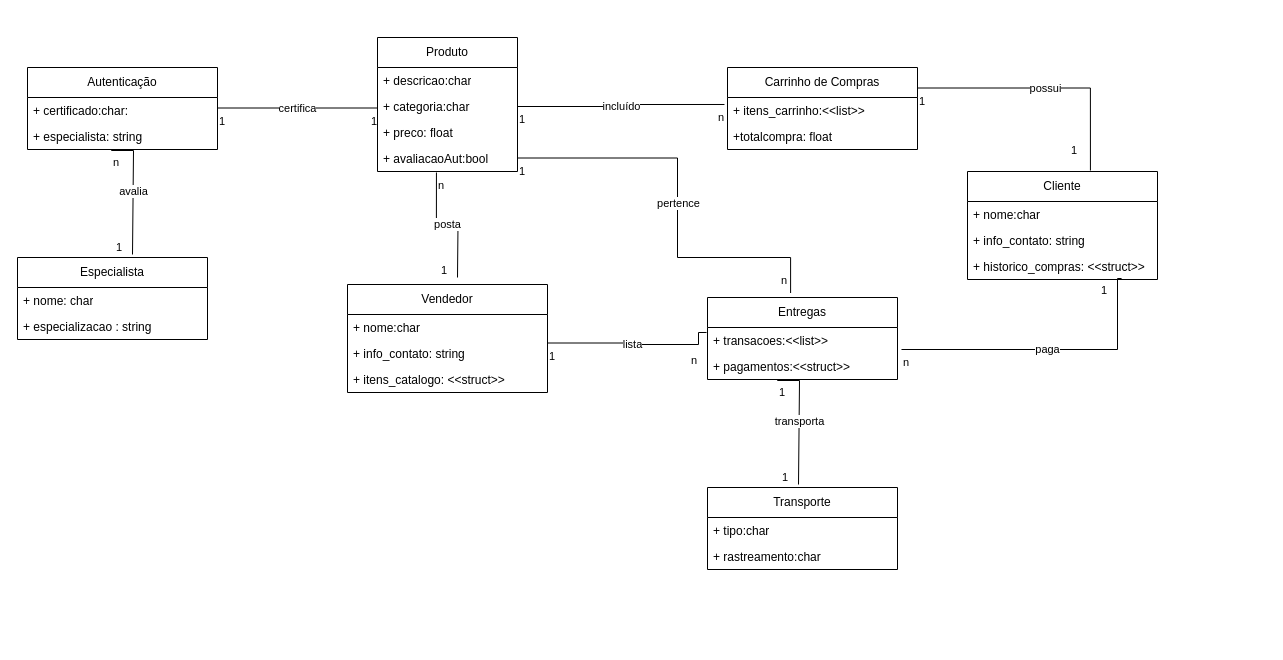
This is page "Diagramas de classes" (4 of 9) of DiagramasDeModelagem.drawio from luca-moraes/projetoCorintoModelagem, a draw.io file, before an edit. Source tidied: cells renumbered, new cells numbered last; positions are measured from the earlier drawing's top-left corner, leaving out a move shared by most shapes. Both pictures are drawn from the tidied source at 100%, with x=0, y=0 at pixel (17, 37).
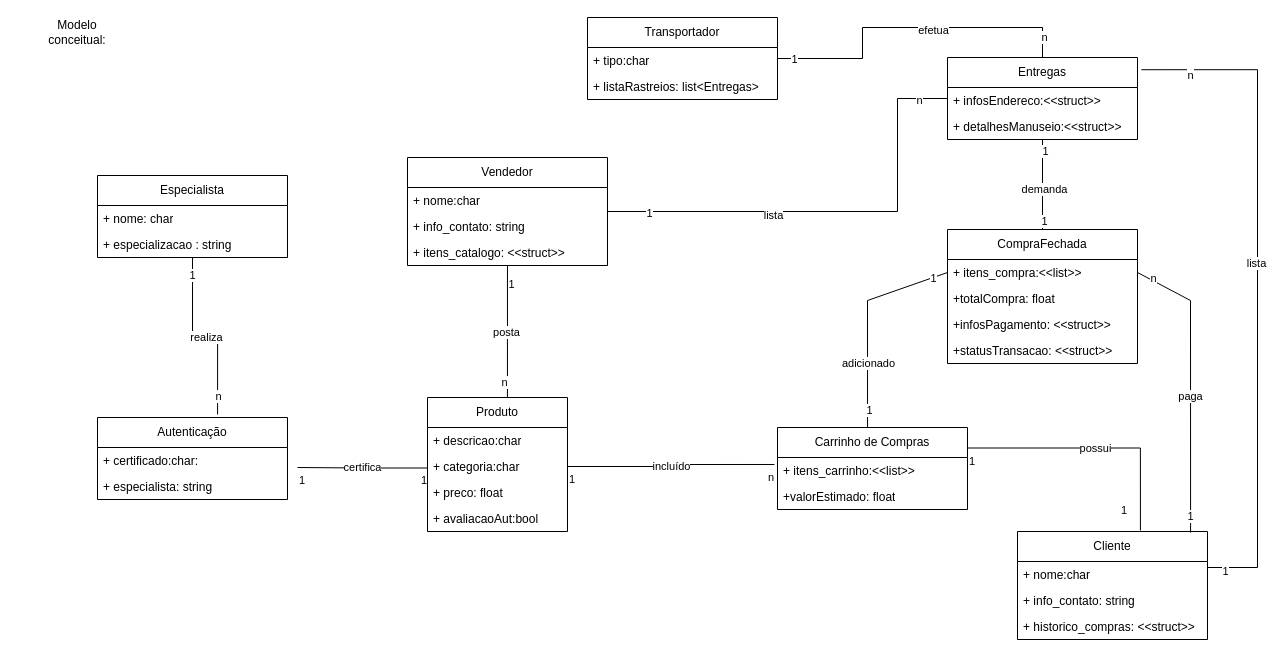
The same page after the edit.

The change refers to these unchanged cells:
```xml
<mxCell id="6" value="+ avaliacaoAut:bool" style="text;strokeColor=none;fillColor=none;align=left;verticalAlign=top;spacingLeft=4;spacingRight=4;overflow=hidden;points=[[0,0.5],[1,0.5]];portConstraint=eastwest;whiteSpace=wrap;html=1;" parent="2" vertex="1">
  <mxGeometry y="108" width="140" height="26" as="geometry" />
</mxCell>
<mxCell id="10" value="+ historico_compras: &amp;lt;&amp;lt;struct&amp;gt;&amp;gt;" style="text;strokeColor=none;fillColor=none;align=left;verticalAlign=top;spacingLeft=4;spacingRight=4;overflow=hidden;points=[[0,0.5],[1,0.5]];portConstraint=eastwest;whiteSpace=wrap;html=1;" parent="7" vertex="1">
  <mxGeometry y="82" width="190" height="26" as="geometry" />
</mxCell>
```

Diff of the diagram source:
```diff
@@
     <mxCell id="2" value="Produto" style="swimlane;fontStyle=0;horizontal=1;startSize=30;fillColor=none;whiteSpace=wrap;html=1;" parent="1" vertex="1">
-      <mxGeometry x="360" width="140" height="134" as="geometry" />
+      <mxGeometry x="410" y="360" width="140" height="134" as="geometry" />
     </mxCell>
@@
     <mxCell id="7" value="Cliente" style="swimlane;fontStyle=0;horizontal=1;startSize=30;fillColor=none;whiteSpace=wrap;html=1;" parent="1" vertex="1">
-      <mxGeometry x="950" y="134" width="190" height="108" as="geometry" />
+      <mxGeometry x="1000" y="494" width="190" height="108" as="geometry" />
     </mxCell>
@@
     <mxCell id="11" value="Vendedor" style="swimlane;fontStyle=0;horizontal=1;startSize=30;fillColor=none;whiteSpace=wrap;html=1;" parent="1" vertex="1">
-      <mxGeometry x="330" y="247" width="200" height="108" as="geometry" />
+      <mxGeometry x="390" y="120" width="200" height="108" as="geometry" />
     </mxCell>
@@
     <mxCell id="15" value="Autenticação" style="swimlane;fontStyle=0;horizontal=1;startSize=30;fillColor=none;whiteSpace=wrap;html=1;" parent="1" vertex="1">
-      <mxGeometry x="10" y="30" width="190" height="82" as="geometry" />
+      <mxGeometry x="80" y="380" width="190" height="82" as="geometry" />
     </mxCell>
@@
-    <mxCell id="18" value="Transporte" style="swimlane;fontStyle=0;horizontal=1;startSize=30;fillColor=none;whiteSpace=wrap;html=1;" parent="1" vertex="1">
-      <mxGeometry x="690" y="450" width="190" height="82" as="geometry" />
+    <mxCell id="18" value="Transportador" style="swimlane;fontStyle=0;horizontal=1;startSize=30;fillColor=none;whiteSpace=wrap;html=1;" parent="1" vertex="1">
+      <mxGeometry x="570" y="-20" width="190" height="82" as="geometry" />
     </mxCell>
@@
-    <mxCell id="20" value="+ rastreamento:char" style="text;strokeColor=none;fillColor=none;align=left;verticalAlign=top;spacingLeft=4;spacingRight=4;overflow=hidden;whiteSpace=wrap;html=1;" parent="18" vertex="1">
+    <mxCell id="20" value="+ listaRastreios: list&amp;lt;Entregas&amp;gt;" style="text;strokeColor=none;fillColor=none;align=left;verticalAlign=top;spacingLeft=4;spacingRight=4;overflow=hidden;whiteSpace=wrap;html=1;" parent="18" vertex="1">
       <mxGeometry y="56" width="190" height="26" as="geometry" />
     </mxCell>
@@
     <mxCell id="24" value="Carrinho de Compras" style="swimlane;fontStyle=0;horizontal=1;startSize=30;fillColor=none;whiteSpace=wrap;html=1;" parent="1" vertex="1">
-      <mxGeometry x="710" y="30" width="190" height="82" as="geometry" />
+      <mxGeometry x="760" y="390" width="190" height="82" as="geometry" />
     </mxCell>
@@
-    <mxCell id="26" value="+totalcompra: float" style="text;strokeColor=none;fillColor=none;align=left;verticalAlign=top;spacingLeft=4;spacingRight=4;overflow=hidden;whiteSpace=wrap;html=1;" parent="24" vertex="1">
+    <mxCell id="26" value="+valorEstimado: float" style="text;strokeColor=none;fillColor=none;align=left;verticalAlign=top;spacingLeft=4;spacingRight=4;overflow=hidden;whiteSpace=wrap;html=1;" parent="24" vertex="1">
       <mxGeometry y="56" width="190" height="26" as="geometry" />
     </mxCell>
     <mxCell id="27" value="certifica" style="endArrow=none;html=1;endSize=12;startArrow=none;startSize=14;startFill=0;edgeStyle=orthogonalEdgeStyle;rounded=0;endFill=0;" parent="1" edge="1">
       <mxGeometry y="1" relative="1" as="geometry">
-        <mxPoint x="200" y="70.5" as="sourcePoint" />
-        <mxPoint x="360" y="70.5" as="targetPoint" />
+        <mxPoint x="280" y="430" as="sourcePoint" />
+        <mxPoint x="410" y="430.5" as="targetPoint" />
         <mxPoint y="1" as="offset" />
       </mxGeometry>
     </mxCell>
@@
     <mxCell id="30" value="Especialista" style="swimlane;fontStyle=0;horizontal=1;startSize=30;fillColor=none;whiteSpace=wrap;html=1;" parent="1" vertex="1">
-      <mxGeometry y="220" width="190" height="82" as="geometry" />
+      <mxGeometry x="80" y="138" width="190" height="82" as="geometry" />
     </mxCell>
@@
     <mxCell id="33" value="Entregas" style="swimlane;fontStyle=0;horizontal=1;startSize=30;fillColor=none;whiteSpace=wrap;html=1;" parent="1" vertex="1">
-      <mxGeometry x="690" y="260" width="190" height="82" as="geometry" />
+      <mxGeometry x="930" y="20" width="190" height="82" as="geometry" />
     </mxCell>
-    <mxCell id="34" value="+ transacoes:&amp;lt;&amp;lt;list&amp;gt;&amp;gt;" style="text;strokeColor=none;fillColor=none;align=left;verticalAlign=top;spacingLeft=4;spacingRight=4;overflow=hidden;points=[[0,0.5],[1,0.5]];portConstraint=eastwest;whiteSpace=wrap;html=1;" parent="33" vertex="1">
+    <mxCell id="34" value="+ infosEndereco:&amp;lt;&amp;lt;struct&amp;gt;&amp;gt;" style="text;strokeColor=none;fillColor=none;align=left;verticalAlign=top;spacingLeft=4;spacingRight=4;overflow=hidden;points=[[0,0.5],[1,0.5]];portConstraint=eastwest;whiteSpace=wrap;html=1;" parent="33" vertex="1">
       <mxGeometry y="30" width="190" height="26" as="geometry" />
     </mxCell>
-    <mxCell id="35" value="+ pagamentos:&amp;lt;&amp;lt;struct&amp;gt;&amp;gt;" style="text;strokeColor=none;fillColor=none;align=left;verticalAlign=top;spacingLeft=4;spacingRight=4;overflow=hidden;points=[[0,0.5],[1,0.5]];portConstraint=eastwest;whiteSpace=wrap;html=1;" parent="33" vertex="1">
+    <mxCell id="35" value="+ detalhesManuseio:&amp;lt;&amp;lt;struct&amp;gt;&amp;gt;" style="text;strokeColor=none;fillColor=none;align=left;verticalAlign=top;spacingLeft=4;spacingRight=4;overflow=hidden;points=[[0,0.5],[1,0.5]];portConstraint=eastwest;whiteSpace=wrap;html=1;" parent="33" vertex="1">
       <mxGeometry y="56" width="190" height="26" as="geometry" />
     </mxCell>
-    <mxCell id="36" value="pertence" style="endArrow=none;html=1;endSize=12;startArrow=none;startSize=14;startFill=0;edgeStyle=orthogonalEdgeStyle;rounded=0;endFill=0;exitX=0.993;exitY=0.192;exitDx=0;exitDy=0;exitPerimeter=0;entryX=0.432;entryY=-0.024;entryDx=0;entryDy=0;entryPerimeter=0;" parent="1" edge="1">
-      <mxGeometry y="1" relative="1" as="geometry">
-        <mxPoint x="500" y="120.5" as="sourcePoint" />
-        <mxPoint x="773.1" y="255.5" as="targetPoint" />
-        <Array as="points">
-          <mxPoint x="660" y="121" />
-          <mxPoint x="660" y="220" />
-          <mxPoint x="773" y="220" />
-        </Array>
-        <mxPoint y="1" as="offset" />
-      </mxGeometry>
-    </mxCell>
-    <mxCell id="37" value="1" style="edgeLabel;html=1;align=left;verticalAlign=top;" parent="36" vertex="1">
-      <mxGeometry x="-1" relative="1" as="geometry" />
-    </mxCell>
-    <mxCell id="38" value="n" style="edgeLabel;html=1;align=right;verticalAlign=top;" parent="36" vertex="1">
-      <mxGeometry x="1" relative="1" as="geometry">
-        <mxPoint x="-3" y="-25" as="offset" />
-      </mxGeometry>
-    </mxCell>
@@
+    <mxCell id="57" value="CompraFechada" style="swimlane;fontStyle=0;horizontal=1;startSize=30;fillColor=none;whiteSpace=wrap;html=1;" parent="1" vertex="1">
+      <mxGeometry x="930" y="192" width="190" height="134" as="geometry" />
+    </mxCell>
+    <mxCell id="58" value="+ itens_compra:&amp;lt;&amp;lt;list&amp;gt;&amp;gt;" style="text;strokeColor=none;fillColor=none;align=left;verticalAlign=top;spacingLeft=4;spacingRight=4;overflow=hidden;points=[[0,0.5],[1,0.5]];portConstraint=eastwest;whiteSpace=wrap;html=1;" parent="57" vertex="1">
+      <mxGeometry y="30" width="190" height="26" as="geometry" />
+    </mxCell>
+    <mxCell id="59" value="+totalCompra: float" style="text;strokeColor=none;fillColor=none;align=left;verticalAlign=top;spacingLeft=4;spacingRight=4;overflow=hidden;whiteSpace=wrap;html=1;" parent="57" vertex="1">
+      <mxGeometry y="56" width="190" height="26" as="geometry" />
+    </mxCell>
+    <mxCell id="60" value="+infosPagamento: &amp;lt;&amp;lt;struct&amp;gt;&amp;gt;" style="text;strokeColor=none;fillColor=none;align=left;verticalAlign=top;spacingLeft=4;spacingRight=4;overflow=hidden;whiteSpace=wrap;html=1;" parent="57" vertex="1">
+      <mxGeometry y="82" width="190" height="26" as="geometry" />
+    </mxCell>
+    <mxCell id="61" value="+statusTransacao: &amp;lt;&amp;lt;struct&amp;gt;&amp;gt;" style="text;strokeColor=none;fillColor=none;align=left;verticalAlign=top;spacingLeft=4;spacingRight=4;overflow=hidden;whiteSpace=wrap;html=1;" parent="57" vertex="1">
+      <mxGeometry y="108" width="190" height="26" as="geometry" />
+    </mxCell>
+    <mxCell id="62" style="endArrow=none;html=1;rounded=0;entryX=0;entryY=0.5;entryDx=0;entryDy=0;exitX=0.474;exitY=0;exitDx=0;exitDy=0;exitPerimeter=0;" parent="1" edge="1" source="24" target="58">
+      <mxGeometry relative="1" as="geometry">
+        <Array as="points">
+          <mxPoint x="850" y="263" />
+        </Array>
+      </mxGeometry>
+    </mxCell>
+    <mxCell id="63" value="adicionado" style="edgeLabel;html=1;align=center;verticalAlign=middle;" parent="62" vertex="1">
+      <mxGeometry x="-0.39" relative="1" as="geometry" />
+    </mxCell>
+    <mxCell id="64" value="1" style="edgeLabel;html=1;align=center;verticalAlign=middle;" parent="62" vertex="1">
+      <mxGeometry x="0.85" relative="1" as="geometry" />
+    </mxCell>
+    <mxCell id="65" value="1" style="edgeLabel;html=1;align=center;verticalAlign=middle;" parent="62" vertex="1">
+      <mxGeometry x="-0.84" y="-1" relative="1" as="geometry" />
+    </mxCell>
+    <mxCell id="66" style="endArrow=none;html=1;rounded=0;entryX=1;entryY=0.5;entryDx=0;entryDy=0;exitX=0.911;exitY=0.009;exitDx=0;exitDy=0;exitPerimeter=0;" parent="1" edge="1" source="7" target="58">
+      <mxGeometry relative="1" as="geometry">
+        <Array as="points">
+          <mxPoint x="1173" y="263" />
+        </Array>
+      </mxGeometry>
+    </mxCell>
-    <mxCell id="42" value="paga" style="endArrow=none;html=1;endSize=12;startArrow=none;startSize=14;startFill=0;edgeStyle=orthogonalEdgeStyle;rounded=0;endFill=0;exitX=1.021;exitY=-0.154;exitDx=0;exitDy=0;exitPerimeter=0;entryX=0.811;entryY=0.962;entryDx=0;entryDy=0;entryPerimeter=0;" parent="1" edge="1" source="35" target="10">
-      <mxGeometry relative="1" as="geometry">
-        <Array as="points">
-          <mxPoint x="1100" y="312" />
-          <mxPoint x="1100" y="241" />
-        </Array>
-      </mxGeometry>
+    <mxCell id="42" value="paga" style="edgeLabel;html=1;align=center;verticalAlign=middle;" parent="66" vertex="1">
+      <mxGeometry x="-0.07" y="1" relative="1" as="geometry" />
     </mxCell>
-    <mxCell id="43" value="n" style="edgeLabel;html=1;align=left;verticalAlign=top;" parent="42" vertex="1">
-      <mxGeometry x="-1" relative="1" as="geometry" />
-    </mxCell>
-    <mxCell id="44" value="1" style="edgeLabel;html=1;align=right;verticalAlign=top;" parent="42" vertex="1">
-      <mxGeometry x="1" relative="1" as="geometry">
-        <mxPoint x="-14" y="-1" as="offset" />
-      </mxGeometry>
-    </mxCell>
+    <mxCell id="67" value="n" style="edgeLabel;html=1;align=center;verticalAlign=middle;" parent="66" vertex="1">
+      <mxGeometry x="0.89" y="-2" relative="1" as="geometry" />
+    </mxCell>
+    <mxCell id="68" value="1" style="edgeLabel;html=1;align=center;verticalAlign=middle;" parent="66" vertex="1">
+      <mxGeometry x="-0.89" y="1" relative="1" as="geometry" />
+    </mxCell>
+    <mxCell id="69" style="endArrow=none;html=1;rounded=0;" parent="1" edge="1" source="57" target="33">
+      <mxGeometry relative="1" as="geometry" />
+    </mxCell>
+    <mxCell id="70" value="demanda" style="edgeLabel;html=1;align=center;verticalAlign=middle;" parent="69" vertex="1">
+      <mxGeometry x="-0.1" y="-1" relative="1" as="geometry" />
+    </mxCell>
+    <mxCell id="71" value="1" style="edgeLabel;html=1;align=center;verticalAlign=middle;" parent="69" vertex="1">
+      <mxGeometry x="-0.8" y="-1" relative="1" as="geometry" />
+    </mxCell>
+    <mxCell id="72" value="1" style="edgeLabel;html=1;align=center;verticalAlign=middle;" parent="69" vertex="1">
+      <mxGeometry x="0.75" y="-2" relative="1" as="geometry" />
+    </mxCell>
+    <mxCell id="73" style="endArrow=none;html=1;rounded=0;exitX=0.571;exitY=0;exitDx=0;exitDy=0;exitPerimeter=0;" parent="1" edge="1" source="2" target="11">
+      <mxGeometry relative="1" as="geometry" />
+    </mxCell>
-    <mxCell id="45" value="posta" style="endArrow=none;html=1;endSize=12;startArrow=none;startSize=14;startFill=0;edgeStyle=orthogonalEdgeStyle;rounded=0;endFill=0;exitX=0.421;exitY=1.038;exitDx=0;exitDy=0;exitPerimeter=0;" parent="1" edge="1" source="6">
-      <mxGeometry relative="1" as="geometry">
-        <mxPoint x="440" y="240" as="targetPoint" />
-      </mxGeometry>
+    <mxCell id="45" value="posta" style="edgeLabel;html=1;align=center;verticalAlign=middle;" parent="73" vertex="1">
+      <mxGeometry x="-0.02" y="1" relative="1" as="geometry" />
     </mxCell>
-    <mxCell id="46" value="n" style="edgeLabel;html=1;align=left;verticalAlign=top;" parent="45" vertex="1">
-      <mxGeometry x="-1" relative="1" as="geometry" />
-    </mxCell>
-    <mxCell id="47" value="1" style="edgeLabel;html=1;align=right;verticalAlign=top;" parent="45" vertex="1">
-      <mxGeometry x="1" relative="1" as="geometry">
-        <mxPoint x="-10" y="-20" as="offset" />
-      </mxGeometry>
-    </mxCell>
-    <mxCell id="48" value="lista" style="endArrow=none;html=1;endSize=12;startArrow=none;startSize=14;startFill=0;edgeStyle=orthogonalEdgeStyle;rounded=0;endFill=0;entryX=-0.005;entryY=0.192;entryDx=0;entryDy=0;entryPerimeter=0;" parent="1" edge="1" target="34">
-      <mxGeometry relative="1" as="geometry">
-        <mxPoint x="530" y="305.5" as="sourcePoint" />
-        <Array as="points">
-          <mxPoint x="606" y="306" />
-          <mxPoint x="606" y="307" />
-          <mxPoint x="681" y="307" />
-          <mxPoint x="681" y="295" />
-        </Array>
-      </mxGeometry>
-    </mxCell>
-    <mxCell id="49" value="1" style="edgeLabel;html=1;align=left;verticalAlign=top;" parent="48" vertex="1">
-      <mxGeometry x="-1" relative="1" as="geometry" />
-    </mxCell>
-    <mxCell id="50" value="n" style="edgeLabel;html=1;align=right;verticalAlign=top;" parent="48" vertex="1">
-      <mxGeometry x="1" relative="1" as="geometry">
-        <mxPoint x="-9" y="15" as="offset" />
-      </mxGeometry>
-    </mxCell>
-    <mxCell id="51" value="avalia" style="endArrow=none;html=1;endSize=12;startArrow=none;startSize=14;startFill=0;edgeStyle=orthogonalEdgeStyle;rounded=0;endFill=0;exitX=0.421;exitY=1.038;exitDx=0;exitDy=0;exitPerimeter=0;" parent="1" edge="1">
-      <mxGeometry relative="1" as="geometry">
-        <mxPoint x="94" y="112" as="sourcePoint" />
-        <mxPoint x="115" y="217" as="targetPoint" />
-        <Array as="points">
-          <mxPoint x="94" y="113" />
-          <mxPoint x="116" y="113" />
-        </Array>
-      </mxGeometry>
-    </mxCell>
-    <mxCell id="52" value="n" style="edgeLabel;html=1;align=left;verticalAlign=top;" parent="51" vertex="1">
-      <mxGeometry x="-1" relative="1" as="geometry" />
-    </mxCell>
-    <mxCell id="53" value="1" style="edgeLabel;html=1;align=right;verticalAlign=top;" parent="51" vertex="1">
-      <mxGeometry x="1" relative="1" as="geometry">
-        <mxPoint x="-10" y="-20" as="offset" />
-      </mxGeometry>
-    </mxCell>
-    <mxCell id="54" value="transporta" style="endArrow=none;html=1;endSize=12;startArrow=none;startSize=14;startFill=0;edgeStyle=orthogonalEdgeStyle;rounded=0;endFill=0;exitX=0.421;exitY=1.038;exitDx=0;exitDy=0;exitPerimeter=0;" parent="1" edge="1">
-      <mxGeometry relative="1" as="geometry">
-        <mxPoint x="760" y="342" as="sourcePoint" />
-        <mxPoint x="781" y="447" as="targetPoint" />
-        <Array as="points">
-          <mxPoint x="760" y="343" />
-          <mxPoint x="782" y="343" />
-        </Array>
-      </mxGeometry>
-    </mxCell>
-    <mxCell id="55" value="1" style="edgeLabel;html=1;align=left;verticalAlign=top;" parent="54" vertex="1">
-      <mxGeometry x="-1" relative="1" as="geometry" />
-    </mxCell>
-    <mxCell id="56" value="1" style="edgeLabel;html=1;align=right;verticalAlign=top;" parent="54" vertex="1">
-      <mxGeometry x="1" relative="1" as="geometry">
-        <mxPoint x="-10" y="-20" as="offset" />
-      </mxGeometry>
-    </mxCell>
+    <mxCell id="74" value="1" style="edgeLabel;html=1;align=center;verticalAlign=middle;" parent="73" vertex="1">
+      <mxGeometry x="0.73" y="-4" relative="1" as="geometry" />
+    </mxCell>
+    <mxCell id="75" value="n" style="edgeLabel;html=1;align=center;verticalAlign=middle;" parent="73" vertex="1">
+      <mxGeometry x="-0.77" y="3" relative="1" as="geometry" />
+    </mxCell>
+    <mxCell id="76" style="endArrow=none;html=1;rounded=0;edgeStyle=orthogonalEdgeStyle;" parent="1" edge="1" source="11" target="33">
+      <mxGeometry relative="1" as="geometry">
+        <Array as="points">
+          <mxPoint x="880" y="174" />
+          <mxPoint x="880" y="61" />
+        </Array>
+      </mxGeometry>
+    </mxCell>
+    <mxCell id="77" value="lista" style="edgeLabel;html=1;align=center;verticalAlign=middle;" parent="76" vertex="1">
+      <mxGeometry x="-0.27" y="-3" relative="1" as="geometry" />
+    </mxCell>
+    <mxCell id="78" value="1" style="edgeLabel;html=1;align=center;verticalAlign=middle;" parent="76" vertex="1">
+      <mxGeometry x="-0.82" y="-1" relative="1" as="geometry" />
+    </mxCell>
+    <mxCell id="79" value="n" style="edgeLabel;html=1;align=center;verticalAlign=middle;" parent="76" vertex="1">
+      <mxGeometry x="0.87" y="-1" relative="1" as="geometry" />
+    </mxCell>
+    <mxCell id="80" style="endArrow=none;html=1;rounded=0;exitX=0.632;exitY=-0.037;exitDx=0;exitDy=0;exitPerimeter=0;edgeStyle=orthogonalEdgeStyle;" parent="1" edge="1" source="15" target="30">
+      <mxGeometry relative="1" as="geometry" />
+    </mxCell>
+    <mxCell id="81" value="1" style="edgeLabel;html=1;align=center;verticalAlign=middle;" parent="80" vertex="1">
+      <mxGeometry x="0.81" y="1" relative="1" as="geometry" />
+    </mxCell>
+    <mxCell id="82" value="realiza" style="edgeLabel;html=1;align=center;verticalAlign=middle;" parent="80" vertex="1">
+      <mxGeometry x="-0.02" y="-1" relative="1" as="geometry" />
+    </mxCell>
+    <mxCell id="83" value="n" style="edgeLabel;html=1;align=center;verticalAlign=middle;" parent="80" vertex="1">
+      <mxGeometry x="-0.8" relative="1" as="geometry" />
+    </mxCell>
+    <mxCell id="84" style="endArrow=none;html=1;rounded=0;entryX=1.02;entryY=0.149;entryDx=0;entryDy=0;entryPerimeter=0;edgeStyle=orthogonalEdgeStyle;" parent="1" edge="1" source="7" target="33">
+      <mxGeometry relative="1" as="geometry">
+        <Array as="points">
+          <mxPoint x="1240" y="530" />
+          <mxPoint x="1240" y="32" />
+        </Array>
+      </mxGeometry>
+    </mxCell>
+    <mxCell id="85" value="1" style="edgeLabel;html=1;align=center;verticalAlign=middle;" parent="84" vertex="1">
+      <mxGeometry x="-0.95" y="-3" relative="1" as="geometry" />
+    </mxCell>
+    <mxCell id="86" value="lista" style="edgeLabel;html=1;align=center;verticalAlign=middle;" parent="84" vertex="1">
+      <mxGeometry x="0.07" y="2" relative="1" as="geometry" />
+    </mxCell>
+    <mxCell id="87" value="n" style="edgeLabel;html=1;align=center;verticalAlign=middle;" parent="84" vertex="1">
+      <mxGeometry x="0.85" y="5" relative="1" as="geometry">
+        <mxPoint x="-1" as="offset" />
+      </mxGeometry>
+    </mxCell>
+    <mxCell id="88" style="endArrow=none;html=1;rounded=0;edgeStyle=orthogonalEdgeStyle;" parent="1" edge="1" source="33" target="18">
+      <mxGeometry relative="1" as="geometry">
+        <Array as="points">
+          <mxPoint x="1025" y="-10" />
+          <mxPoint x="845" y="-10" />
+          <mxPoint x="845" y="21" />
+        </Array>
+      </mxGeometry>
+    </mxCell>
+    <mxCell id="89" value="1" style="edgeLabel;html=1;align=center;verticalAlign=middle;" parent="88" vertex="1">
+      <mxGeometry x="0.9" relative="1" as="geometry" />
+    </mxCell>
+    <mxCell id="90" value="efetua" style="edgeLabel;html=1;align=center;verticalAlign=middle;" parent="88" vertex="1">
+      <mxGeometry x="-0.14" y="2" relative="1" as="geometry" />
+    </mxCell>
+    <mxCell id="91" value="n" style="edgeLabel;html=1;align=center;verticalAlign=middle;" parent="88" vertex="1">
+      <mxGeometry x="-0.87" y="-1" relative="1" as="geometry" />
+    </mxCell>
+    <mxCell id="92" value="Modelo conceitual:" style="text;html=1;strokeColor=none;fillColor=none;align=center;verticalAlign=middle;whiteSpace=wrap;rounded=0;" parent="1" vertex="1">
+      <mxGeometry x="30" y="-20" width="60" height="30" as="geometry" />
+    </mxCell>
```
